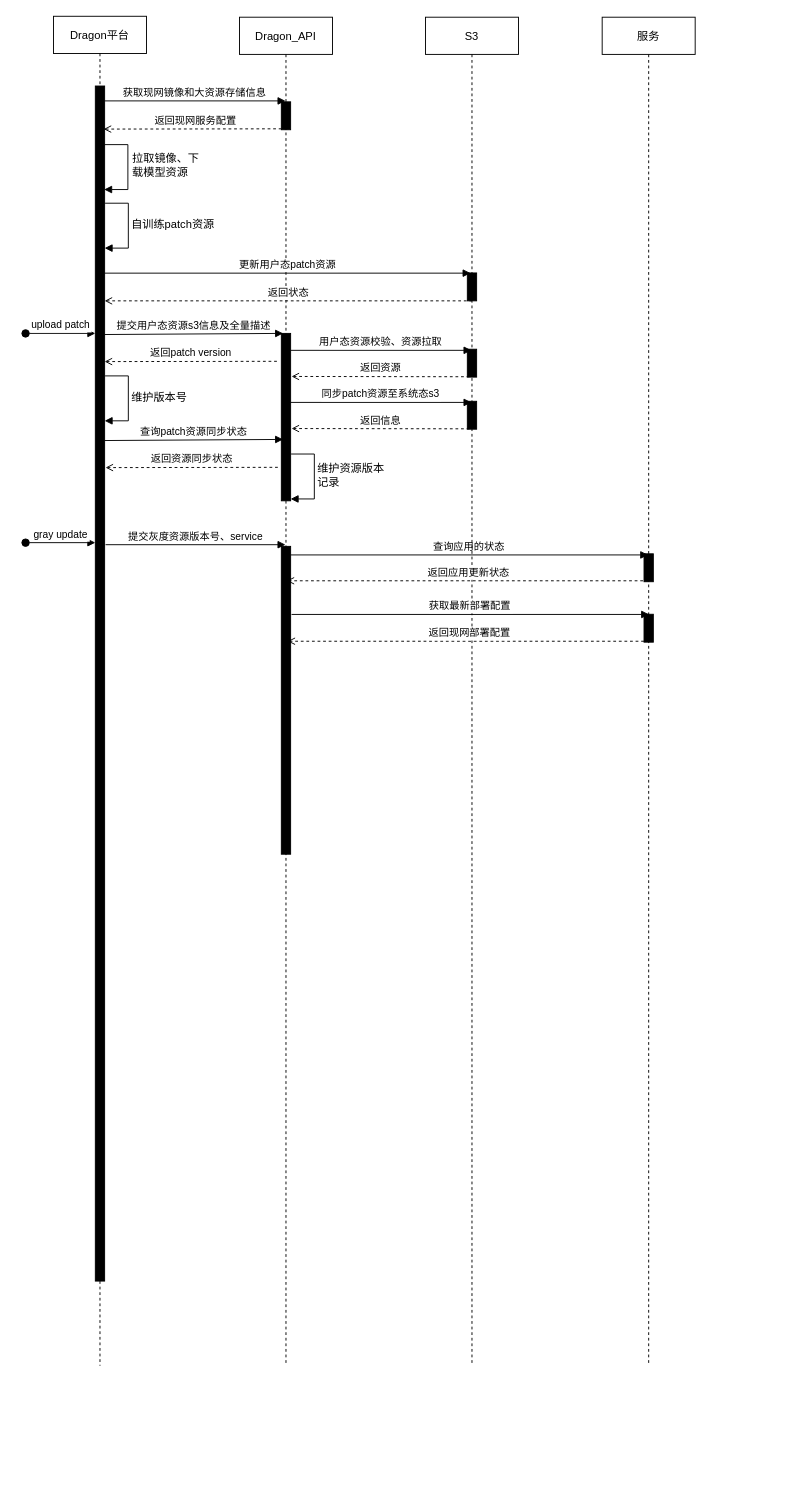
This is page "第 2 页" (2 of 2) of dragon_api.drawio from Mr-lixh/diagrams, a draw.io file, before an edit. Source tidied: cells renumbered, new cells numbered last; positions are measured from the earlier drawing's top-left corner, leaving out a move shared by most shapes. Both pictures are drawn from the tidied source at 93%, with x=0, y=0 at pixel (25, 16).
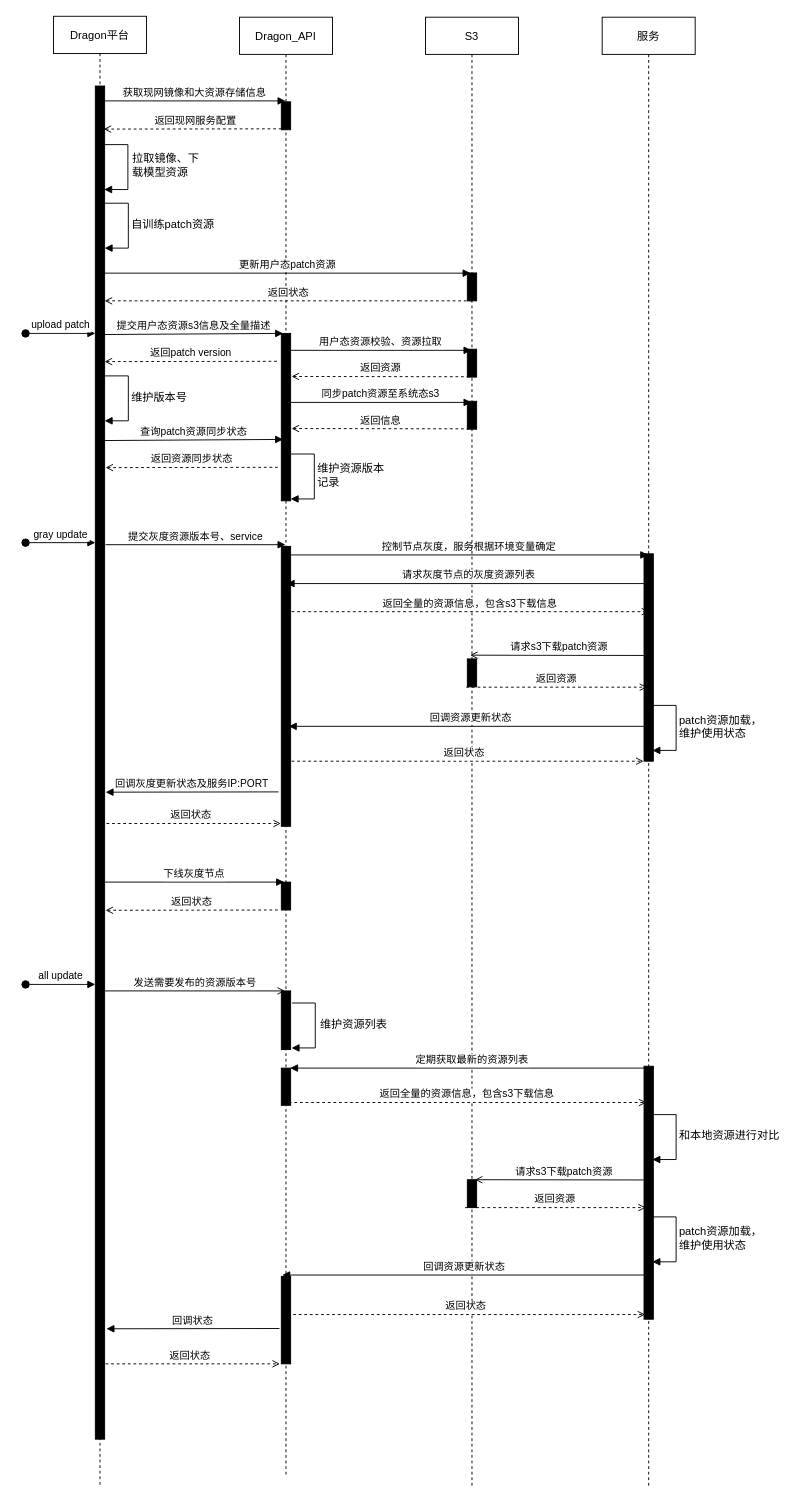
The same diagram, later.

What changed in the source:
```diff
@@
     <mxCell id="2" value="Dragon平台" style="shape=umlLifeline;perimeter=lifelinePerimeter;rounded=0;shadow=0;strokeWidth=1;" parent="1" vertex="1">
-      <mxGeometry x="30" width="100" height="1451" as="geometry" />
+      <mxGeometry x="30" width="100" height="1581" as="geometry" />
     </mxCell>
     <mxCell id="3" style="perimeter=orthogonalPerimeter;rounded=0;shadow=0;strokeWidth=1;fillColor=#000000;" parent="2" vertex="1">
-      <mxGeometry x="45" y="75" width="10" height="1285" as="geometry" />
+      <mxGeometry x="45" y="75" width="10" height="1455" as="geometry" />
     </mxCell>
@@
+    <mxCell id="42" value="all update" style="verticalAlign=bottom;startArrow=oval;endArrow=block;startSize=8;shadow=0;strokeWidth=1;" parent="2" edge="1">
+      <mxGeometry relative="1" as="geometry">
+        <mxPoint x="-30" y="1041" as="sourcePoint" />
+        <mxPoint x="45" y="1041" as="targetPoint" />
+      </mxGeometry>
+    </mxCell>
     <mxCell id="7" value="Dragon_API" style="shape=umlLifeline;perimeter=lifelinePerimeter;rounded=0;shadow=0;strokeWidth=1;" parent="1" vertex="1">
-      <mxGeometry x="230" y="1" width="100" height="1450" as="geometry" />
+      <mxGeometry x="230" y="1" width="100" height="1570" as="geometry" />
     </mxCell>
@@
     <mxCell id="12" style="perimeter=orthogonalPerimeter;rounded=0;shadow=0;strokeWidth=1;fillColor=#000000;" parent="7" vertex="1">
-      <mxGeometry x="45" y="569" width="10" height="331" as="geometry" />
+      <mxGeometry x="45" y="569" width="10" height="301" as="geometry" />
     </mxCell>
-    <mxCell id="13" value="查询应用的状态" style="verticalAlign=bottom;endArrow=block;shadow=0;strokeWidth=1;" parent="7" edge="1" target="19">
+    <mxCell id="13" value="控制节点灰度，服务根据环境变量确定" style="verticalAlign=bottom;endArrow=block;shadow=0;strokeWidth=1;" parent="7" edge="1" target="19">
       <mxGeometry relative="1" as="geometry">
         <mxPoint x="55" y="578.2" as="sourcePoint" />
       </mxGeometry>
     </mxCell>
+    <mxCell id="43" value="下线灰度节点" style="verticalAlign=bottom;endArrow=block;shadow=0;strokeWidth=1;" parent="7" edge="1">
+      <mxGeometry relative="1" as="geometry">
+        <mxPoint x="-145.5" y="930" as="sourcePoint" />
+        <mxPoint x="48" y="930" as="targetPoint" />
+      </mxGeometry>
+    </mxCell>
+    <mxCell id="44" style="perimeter=orthogonalPerimeter;rounded=0;shadow=0;strokeWidth=1;fillColor=#000000;" parent="7" vertex="1">
+      <mxGeometry x="45" y="930" width="10" height="30" as="geometry" />
+    </mxCell>
+    <mxCell id="45" value="发送需要发布的资源版本号" style="verticalAlign=bottom;endArrow=open;shadow=0;strokeWidth=1;endFill=0;" parent="7" edge="1">
+      <mxGeometry relative="1" as="geometry">
+        <mxPoint x="-144.5" y="1047" as="sourcePoint" />
+        <mxPoint x="49" y="1047" as="targetPoint" />
+      </mxGeometry>
+    </mxCell>
+    <mxCell id="46" style="perimeter=orthogonalPerimeter;rounded=0;shadow=0;strokeWidth=1;fillColor=#000000;" parent="7" vertex="1">
+      <mxGeometry x="45" y="1047" width="10" height="63" as="geometry" />
+    </mxCell>
+    <mxCell id="47" style="perimeter=orthogonalPerimeter;rounded=0;shadow=0;strokeWidth=1;fillColor=#000000;" parent="7" vertex="1">
+      <mxGeometry x="45" y="1130" width="10" height="40" as="geometry" />
+    </mxCell>
+    <mxCell id="48" style="perimeter=orthogonalPerimeter;rounded=0;shadow=0;strokeWidth=1;fillColor=#000000;" parent="7" vertex="1">
+      <mxGeometry x="45" y="1354" width="10" height="94" as="geometry" />
+    </mxCell>
     <mxCell id="14" value="S3" style="shape=umlLifeline;perimeter=lifelinePerimeter;rounded=0;shadow=0;strokeWidth=1;" parent="1" vertex="1">
-      <mxGeometry x="430" y="1" width="100" height="1450" as="geometry" />
+      <mxGeometry x="430" y="1" width="100" height="1580" as="geometry" />
     </mxCell>
@@
+    <mxCell id="49" style="perimeter=orthogonalPerimeter;rounded=0;shadow=0;strokeWidth=1;fillColor=#000000;" parent="14" vertex="1">
+      <mxGeometry x="45" y="690" width="10" height="30" as="geometry" />
+    </mxCell>
+    <mxCell id="50" style="perimeter=orthogonalPerimeter;rounded=0;shadow=0;strokeWidth=1;fillColor=#000000;" parent="14" vertex="1">
+      <mxGeometry x="45" y="1250" width="10" height="30" as="geometry" />
+    </mxCell>
     <mxCell id="19" value="服务" style="shape=umlLifeline;perimeter=lifelinePerimeter;rounded=0;shadow=0;strokeWidth=1;" parent="1" vertex="1">
-      <mxGeometry x="620" y="1" width="100" height="1450" as="geometry" />
+      <mxGeometry x="620" y="1" width="100" height="1580" as="geometry" />
     </mxCell>
     <mxCell id="20" style="perimeter=orthogonalPerimeter;rounded=0;shadow=0;strokeWidth=1;fillColor=#000000;" parent="19" vertex="1">
-      <mxGeometry x="45" y="577" width="10" height="30" as="geometry" />
+      <mxGeometry x="45" y="577" width="10" height="223" as="geometry" />
     </mxCell>
-    <mxCell id="21" style="perimeter=orthogonalPerimeter;rounded=0;shadow=0;strokeWidth=1;fillColor=#000000;" parent="19" vertex="1">
-      <mxGeometry x="45" y="642" width="10" height="30" as="geometry" />
-    </mxCell>
+    <mxCell id="51" style="perimeter=orthogonalPerimeter;rounded=0;shadow=0;strokeWidth=1;fillColor=#000000;" parent="19" vertex="1">
+      <mxGeometry x="45" y="1128" width="10" height="272" as="geometry" />
+    </mxCell>
+    <mxCell id="52" value="请求s3下载patch资源" style="verticalAlign=bottom;endArrow=none;shadow=0;strokeWidth=1;startArrow=open;startFill=0;endFill=0;entryX=0.077;entryY=0.383;entryDx=0;entryDy=0;entryPerimeter=0;" parent="19" edge="1">
+      <mxGeometry relative="1" as="geometry">
+        <mxPoint x="-136.8" y="1250" as="sourcePoint" />
+        <mxPoint x="55" y="1250.3" as="targetPoint" />
+      </mxGeometry>
+    </mxCell>
+    <mxCell id="53" value="返回资源" style="verticalAlign=bottom;endArrow=open;shadow=0;strokeWidth=1;dashed=1;endFill=0;" parent="19" edge="1">
+      <mxGeometry relative="1" as="geometry">
+        <mxPoint x="-147.4" y="1280" as="sourcePoint" />
+        <mxPoint x="47" y="1280" as="targetPoint" />
+      </mxGeometry>
+    </mxCell>
@@
-    <mxCell id="39" value="返回应用更新状态" style="verticalAlign=bottom;endArrow=none;shadow=0;strokeWidth=1;startArrow=open;startFill=0;endFill=0;dashed=1;" parent="1" edge="1">
+    <mxCell id="39" value="请求灰度节点的灰度资源列表" style="verticalAlign=bottom;endArrow=none;shadow=0;strokeWidth=1;startArrow=block;startFill=1;endFill=0;" parent="1" edge="1">
       <mxGeometry relative="1" as="geometry">
-        <mxPoint x="280.7" y="607" as="sourcePoint" />
-        <mxPoint x="672" y="607" as="targetPoint" />
+        <mxPoint x="280.7" y="610" as="sourcePoint" />
+        <mxPoint x="672" y="610" as="targetPoint" />
       </mxGeometry>
     </mxCell>
-    <mxCell id="40" value="获取最新部署配置" style="verticalAlign=bottom;endArrow=block;shadow=0;strokeWidth=1;" parent="1" edge="1">
+    <mxCell id="40" value="返回全量的资源信息，包含s3下载信息" style="verticalAlign=bottom;endArrow=open;shadow=0;strokeWidth=1;dashed=1;endFill=0;" parent="1" edge="1">
       <mxGeometry relative="1" as="geometry">
-        <mxPoint x="286" y="643.2" as="sourcePoint" />
-        <mxPoint x="670.5" y="643.2" as="targetPoint" />
+        <mxPoint x="286" y="640.2" as="sourcePoint" />
+        <mxPoint x="670.5" y="640.2" as="targetPoint" />
       </mxGeometry>
     </mxCell>
-    <mxCell id="41" value="返回现网部署配置" style="verticalAlign=bottom;endArrow=none;shadow=0;strokeWidth=1;startArrow=open;startFill=0;endFill=0;dashed=1;" parent="1" edge="1">
-      <mxGeometry relative="1" as="geometry">
-        <mxPoint x="281.7" y="672" as="sourcePoint" />
-        <mxPoint x="673" y="672" as="targetPoint" />
-      </mxGeometry>
-    </mxCell>
+    <mxCell id="54" value="请求s3下载patch资源" style="verticalAlign=bottom;endArrow=none;shadow=0;strokeWidth=1;startArrow=open;startFill=0;endFill=0;entryX=0.077;entryY=0.383;entryDx=0;entryDy=0;entryPerimeter=0;" parent="1" edge="1">
+      <mxGeometry relative="1" as="geometry">
+        <mxPoint x="478" y="687" as="sourcePoint" />
+        <mxPoint x="669.8" y="687.3" as="targetPoint" />
+      </mxGeometry>
+    </mxCell>
+    <mxCell id="55" value="返回资源" style="verticalAlign=bottom;endArrow=open;shadow=0;strokeWidth=1;dashed=1;endFill=0;" parent="1" edge="1">
+      <mxGeometry relative="1" as="geometry">
+        <mxPoint x="474" y="721.4" as="sourcePoint" />
+        <mxPoint x="668.4" y="721.4" as="targetPoint" />
+      </mxGeometry>
+    </mxCell>
+    <mxCell id="56" style="endArrow=block;html=1;rounded=0;edgeStyle=orthogonalEdgeStyle;entryX=0.945;entryY=0.649;entryDx=0;entryDy=0;entryPerimeter=0;endFill=1;" parent="1" edge="1">
+      <mxGeometry relative="1" as="geometry">
+        <mxPoint x="674.5" y="741" as="sourcePoint" />
+        <mxPoint x="674" y="789.4" as="targetPoint" />
+        <Array as="points">
+          <mxPoint x="699.5" y="741" />
+          <mxPoint x="699.5" y="789" />
+        </Array>
+      </mxGeometry>
+    </mxCell>
+    <mxCell id="57" value="patch资源加载，维护使用状态" style="text;html=1;strokeColor=none;fillColor=none;align=left;verticalAlign=middle;whiteSpace=wrap;rounded=0;" parent="1" vertex="1">
+      <mxGeometry x="701" y="749" width="99" height="30" as="geometry" />
+    </mxCell>
+    <mxCell id="58" value="回调资源更新状态" style="verticalAlign=bottom;endArrow=none;shadow=0;strokeWidth=1;startArrow=block;startFill=1;endFill=0;" parent="1" edge="1">
+      <mxGeometry relative="1" as="geometry">
+        <mxPoint x="283" y="763.5" as="sourcePoint" />
+        <mxPoint x="674.3" y="763.5" as="targetPoint" />
+      </mxGeometry>
+    </mxCell>
+    <mxCell id="59" value="返回状态" style="verticalAlign=bottom;endArrow=open;shadow=0;strokeWidth=1;dashed=1;endFill=0;" parent="1" edge="1">
+      <mxGeometry relative="1" as="geometry">
+        <mxPoint x="280" y="801" as="sourcePoint" />
+        <mxPoint x="664.5" y="801" as="targetPoint" />
+      </mxGeometry>
+    </mxCell>
+    <mxCell id="60" value="回调灰度更新状态及服务IP:PORT" style="verticalAlign=bottom;endArrow=none;shadow=0;strokeWidth=1;startArrow=block;startFill=1;endFill=0;" parent="1" edge="1">
+      <mxGeometry relative="1" as="geometry">
+        <mxPoint x="86" y="834.3" as="sourcePoint" />
+        <mxPoint x="272" y="834" as="targetPoint" />
+      </mxGeometry>
+    </mxCell>
+    <mxCell id="61" value="返回状态" style="verticalAlign=bottom;endArrow=open;shadow=0;strokeWidth=1;dashed=1;endFill=0;" parent="1" edge="1">
+      <mxGeometry relative="1" as="geometry">
+        <mxPoint x="81" y="868" as="sourcePoint" />
+        <mxPoint x="274.5" y="868" as="targetPoint" />
+      </mxGeometry>
+    </mxCell>
+    <mxCell id="62" value="返回状态" style="verticalAlign=bottom;endArrow=none;shadow=0;strokeWidth=1;startArrow=open;startFill=0;endFill=0;dashed=1;" parent="1" edge="1">
+      <mxGeometry relative="1" as="geometry">
+        <mxPoint x="86" y="961.3" as="sourcePoint" />
+        <mxPoint x="272" y="961" as="targetPoint" />
+      </mxGeometry>
+    </mxCell>
+    <mxCell id="63" style="endArrow=block;html=1;rounded=0;edgeStyle=orthogonalEdgeStyle;entryX=0.945;entryY=0.649;entryDx=0;entryDy=0;entryPerimeter=0;endFill=1;" parent="1" edge="1">
+      <mxGeometry relative="1" as="geometry">
+        <mxPoint x="286.6" y="1061" as="sourcePoint" />
+        <mxPoint x="286" y="1109.3" as="targetPoint" />
+        <Array as="points">
+          <mxPoint x="311.5" y="1061" />
+          <mxPoint x="311.5" y="1109" />
+        </Array>
+      </mxGeometry>
+    </mxCell>
+    <mxCell id="64" value="维护资源列表" style="text;html=1;strokeColor=none;fillColor=none;align=left;verticalAlign=middle;whiteSpace=wrap;rounded=0;" parent="1" vertex="1">
+      <mxGeometry x="315" y="1069" width="99" height="30" as="geometry" />
+    </mxCell>
+    <mxCell id="65" value="定期获取最新的资源列表" style="verticalAlign=bottom;endArrow=none;shadow=0;strokeWidth=1;startArrow=block;startFill=1;endFill=0;" parent="1" edge="1">
+      <mxGeometry relative="1" as="geometry">
+        <mxPoint x="284.4" y="1131" as="sourcePoint" />
+        <mxPoint x="675.6" y="1131" as="targetPoint" />
+      </mxGeometry>
+    </mxCell>
+    <mxCell id="66" value="返回全量的资源信息，包含s3下载信息" style="verticalAlign=bottom;endArrow=open;shadow=0;strokeWidth=1;dashed=1;endFill=0;" parent="1" edge="1">
+      <mxGeometry relative="1" as="geometry">
+        <mxPoint x="283" y="1168" as="sourcePoint" />
+        <mxPoint x="667.5" y="1168" as="targetPoint" />
+      </mxGeometry>
+    </mxCell>
+    <mxCell id="67" style="endArrow=block;html=1;rounded=0;edgeStyle=orthogonalEdgeStyle;entryX=0.945;entryY=0.649;entryDx=0;entryDy=0;entryPerimeter=0;endFill=1;" parent="1" edge="1">
+      <mxGeometry relative="1" as="geometry">
+        <mxPoint x="674.6" y="1181" as="sourcePoint" />
+        <mxPoint x="674" y="1229.3" as="targetPoint" />
+        <Array as="points">
+          <mxPoint x="699.5" y="1181" />
+          <mxPoint x="699.5" y="1229" />
+        </Array>
+      </mxGeometry>
+    </mxCell>
+    <mxCell id="68" value="和本地资源进行对比" style="text;html=1;strokeColor=none;fillColor=none;align=left;verticalAlign=middle;whiteSpace=wrap;rounded=0;" parent="1" vertex="1">
+      <mxGeometry x="701" y="1189" width="119" height="30" as="geometry" />
+    </mxCell>
+    <mxCell id="69" style="endArrow=block;html=1;rounded=0;edgeStyle=orthogonalEdgeStyle;entryX=0.945;entryY=0.649;entryDx=0;entryDy=0;entryPerimeter=0;endFill=1;" parent="1" edge="1">
+      <mxGeometry relative="1" as="geometry">
+        <mxPoint x="674.6" y="1291" as="sourcePoint" />
+        <mxPoint x="674" y="1339.3" as="targetPoint" />
+        <Array as="points">
+          <mxPoint x="699.5" y="1291" />
+          <mxPoint x="699.5" y="1339" />
+        </Array>
+      </mxGeometry>
+    </mxCell>
+    <mxCell id="70" value="patch资源加载，维护使用状态" style="text;html=1;strokeColor=none;fillColor=none;align=left;verticalAlign=middle;whiteSpace=wrap;rounded=0;" parent="1" vertex="1">
+      <mxGeometry x="701" y="1299" width="99" height="30" as="geometry" />
+    </mxCell>
+    <mxCell id="71" value="回调资源更新状态" style="verticalAlign=bottom;endArrow=none;shadow=0;strokeWidth=1;startArrow=block;startFill=1;endFill=0;" parent="1" edge="1">
+      <mxGeometry relative="1" as="geometry">
+        <mxPoint x="276" y="1353.5" as="sourcePoint" />
+        <mxPoint x="667.3" y="1353.5" as="targetPoint" />
+      </mxGeometry>
+    </mxCell>
+    <mxCell id="72" value="返回状态" style="verticalAlign=bottom;endArrow=open;shadow=0;strokeWidth=1;dashed=1;endFill=0;" parent="1" edge="1">
+      <mxGeometry relative="1" as="geometry">
+        <mxPoint x="281.7" y="1396" as="sourcePoint" />
+        <mxPoint x="666.2" y="1396" as="targetPoint" />
+      </mxGeometry>
+    </mxCell>
+    <mxCell id="73" value="回调状态" style="verticalAlign=bottom;endArrow=none;shadow=0;strokeWidth=1;startArrow=block;startFill=1;endFill=0;" parent="1" edge="1">
+      <mxGeometry relative="1" as="geometry">
+        <mxPoint x="87" y="1411.3" as="sourcePoint" />
+        <mxPoint x="273" y="1411" as="targetPoint" />
+      </mxGeometry>
+    </mxCell>
+    <mxCell id="74" value="返回状态" style="verticalAlign=bottom;endArrow=open;shadow=0;strokeWidth=1;dashed=1;endFill=0;" parent="1" edge="1">
+      <mxGeometry relative="1" as="geometry">
+        <mxPoint x="80" y="1449" as="sourcePoint" />
+        <mxPoint x="273.5" y="1449" as="targetPoint" />
+      </mxGeometry>
+    </mxCell>
```
